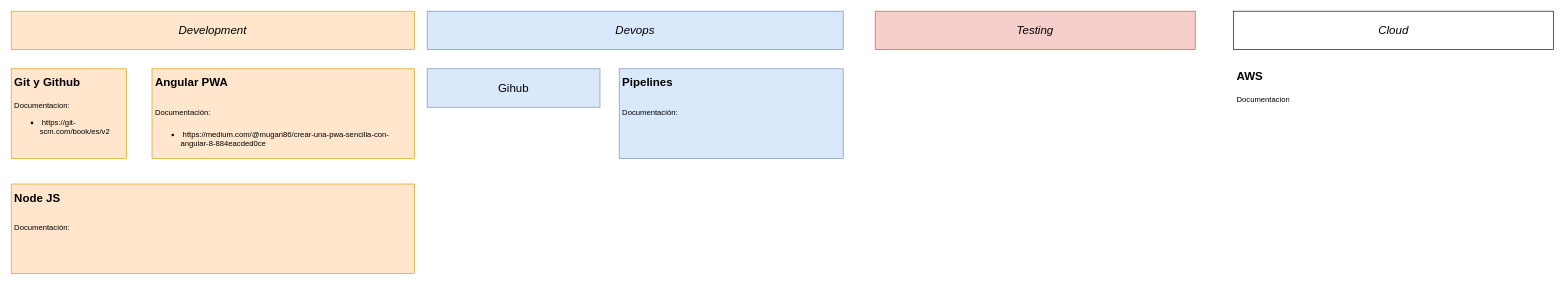
Above: page "Development roadmap" (1 of 2) of Notas de desarrollo influx.drawio in josemanuelep/my_dyagrams (draw.io), before the change. Source tidied: cells renumbered, new cells numbered last; positions are measured from the earlier drawing's top-left corner, leaving out a move shared by most shapes. Both pictures are drawn from the tidied source at 64%, with x=0, y=0 at pixel (11, 11).
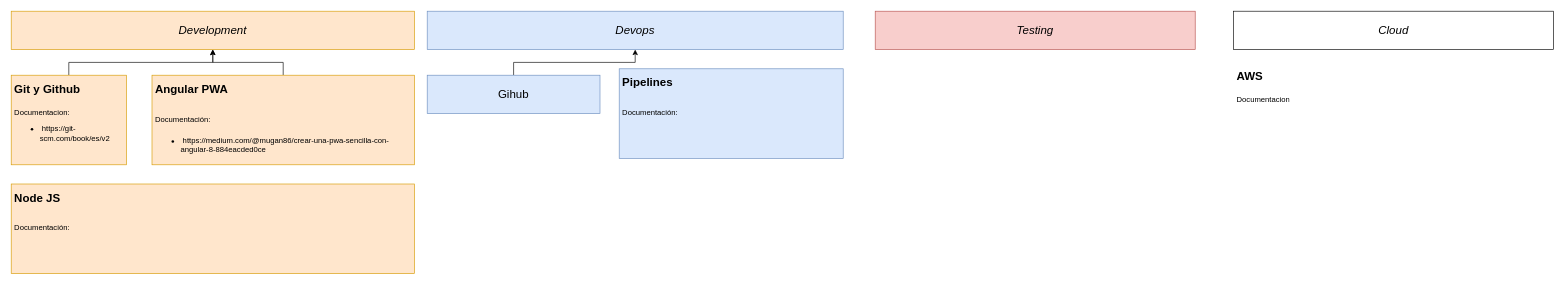
After the change.

Change to the diagram source:
```diff
@@
 <mxGraphModel>
   <root>
     <mxCell id="0" />
     <mxCell id="1" parent="0" />
     <mxCell id="2" value="Development" style="rounded=0;whiteSpace=wrap;html=1;fillColor=#ffe6cc;strokeColor=#d79b00;fontSize=18;fontStyle=2;" parent="1" vertex="1">
       <mxGeometry width="630" height="60" as="geometry" />
     </mxCell>
     <mxCell id="3" value="Testing" style="rounded=0;whiteSpace=wrap;html=1;fillColor=#f8cecc;strokeColor=#b85450;fontSize=18;fontStyle=2;" parent="1" vertex="1">
       <mxGeometry x="1350" width="500" height="60" as="geometry" />
     </mxCell>
     <mxCell id="4" value="Devops" style="rounded=0;whiteSpace=wrap;html=1;fillColor=#dae8fc;strokeColor=#6c8ebf;fontSize=18;fontStyle=2;" parent="1" vertex="1">
       <mxGeometry x="650" width="650" height="60" as="geometry" />
     </mxCell>
     <mxCell id="5" value="Cloud" style="rounded=0;whiteSpace=wrap;html=1;fontSize=18;fontStyle=2;" parent="1" vertex="1">
       <mxGeometry x="1910" width="500" height="60" as="geometry" />
     </mxCell>
+    <mxCell id="12" style="edgeStyle=orthogonalEdgeStyle;rounded=0;jettySize=auto;html=1;" parent="1" edge="1" source="6" target="2">
+      <mxGeometry relative="1" as="geometry" />
+    </mxCell>
     <mxCell id="6" value="&lt;h1&gt;&lt;font style=&quot;font-size: 18px&quot;&gt;Git y Github&lt;/font&gt;&lt;/h1&gt;&lt;p&gt;Documentacion:&lt;/p&gt;&lt;p&gt;&lt;/p&gt;&lt;ul&gt;&lt;li&gt;&amp;nbsp;https://git-scm.com/book/es/v2&lt;/li&gt;&lt;/ul&gt;&lt;p&gt;&lt;/p&gt;" style="text;html=1;strokeColor=#d79b00;fillColor=#ffe6cc;spacing=5;spacingTop=-20;whiteSpace=wrap;overflow=hidden;rounded=0;" parent="1" vertex="1">
-      <mxGeometry y="90" width="180" height="140" as="geometry" />
+      <mxGeometry y="100" width="180" height="140" as="geometry" />
     </mxCell>
+    <mxCell id="13" style="edgeStyle=orthogonalEdgeStyle;rounded=0;jettySize=auto;html=1;" parent="1" edge="1" source="7" target="2">
+      <mxGeometry relative="1" as="geometry" />
+    </mxCell>
     <mxCell id="7" value="&lt;h1&gt;&lt;span style=&quot;font-size: 18px&quot;&gt;Angular PWA&lt;/span&gt;&lt;/h1&gt;&lt;h1&gt;&lt;span style=&quot;font-size: 12px ; font-weight: normal&quot;&gt;Documentación:&lt;/span&gt;&lt;br&gt;&lt;/h1&gt;&lt;p&gt;&lt;/p&gt;&lt;ul&gt;&lt;li&gt;&amp;nbsp;https://medium.com/@mugan86/crear-una-pwa-sencilla-con-angular-8-884eacded0ce&lt;/li&gt;&lt;/ul&gt;&lt;p&gt;&lt;/p&gt;" style="text;html=1;strokeColor=#d79b00;fillColor=#ffe6cc;spacing=5;spacingTop=-20;whiteSpace=wrap;overflow=hidden;rounded=0;" parent="1" vertex="1">
-      <mxGeometry x="220" y="90" width="410" height="140" as="geometry" />
+      <mxGeometry x="220" y="100" width="410" height="140" as="geometry" />
     </mxCell>
     <mxCell id="8" value="&lt;h1&gt;&lt;span style=&quot;font-size: 18px&quot;&gt;Node JS&lt;/span&gt;&lt;/h1&gt;&lt;h1&gt;&lt;span style=&quot;font-size: 12px ; font-weight: normal&quot;&gt;Documentación:&lt;/span&gt;&lt;/h1&gt;&lt;p&gt;&lt;/p&gt;" style="text;html=1;strokeColor=#d79b00;fillColor=#ffe6cc;spacing=5;spacingTop=-20;whiteSpace=wrap;overflow=hidden;rounded=0;" parent="1" vertex="1">
       <mxGeometry y="270" width="630" height="140" as="geometry" />
     </mxCell>
+    <mxCell id="14" style="edgeStyle=orthogonalEdgeStyle;rounded=0;jettySize=auto;html=1;" parent="1" edge="1" source="9" target="4">
+      <mxGeometry relative="1" as="geometry" />
+    </mxCell>
     <mxCell id="9" value="Gihub" style="rounded=0;whiteSpace=wrap;html=1;fontSize=18;fillColor=#dae8fc;strokeColor=#6c8ebf;" parent="1" vertex="1">
-      <mxGeometry x="650" y="90" width="270" height="60" as="geometry" />
+      <mxGeometry x="650" y="100" width="270" height="60" as="geometry" />
     </mxCell>
     <mxCell id="10" value="&lt;h1&gt;&lt;span style=&quot;font-size: 18px&quot;&gt;Pipelines&lt;/span&gt;&lt;/h1&gt;&lt;h1&gt;&lt;span style=&quot;font-size: 12px ; font-weight: normal&quot;&gt;Documentación:&lt;/span&gt;&lt;/h1&gt;&lt;p&gt;&lt;/p&gt;" style="text;html=1;strokeColor=#6c8ebf;fillColor=#dae8fc;spacing=5;spacingTop=-20;whiteSpace=wrap;overflow=hidden;rounded=0;" parent="1" vertex="1">
       <mxGeometry x="950" y="90" width="350" height="140" as="geometry" />
     </mxCell>
     <mxCell id="11" value="&lt;h1&gt;&lt;font style=&quot;font-size: 18px&quot;&gt;AWS&lt;/font&gt;&lt;/h1&gt;&lt;p&gt;Documentacion&lt;/p&gt;&lt;p&gt;&lt;/p&gt;" style="text;html=1;spacing=5;spacingTop=-20;whiteSpace=wrap;overflow=hidden;rounded=0;" parent="1" vertex="1">
       <mxGeometry x="1910" y="80" width="180" height="140" as="geometry" />
     </mxCell>
   </root>
 </mxGraphModel>
```
